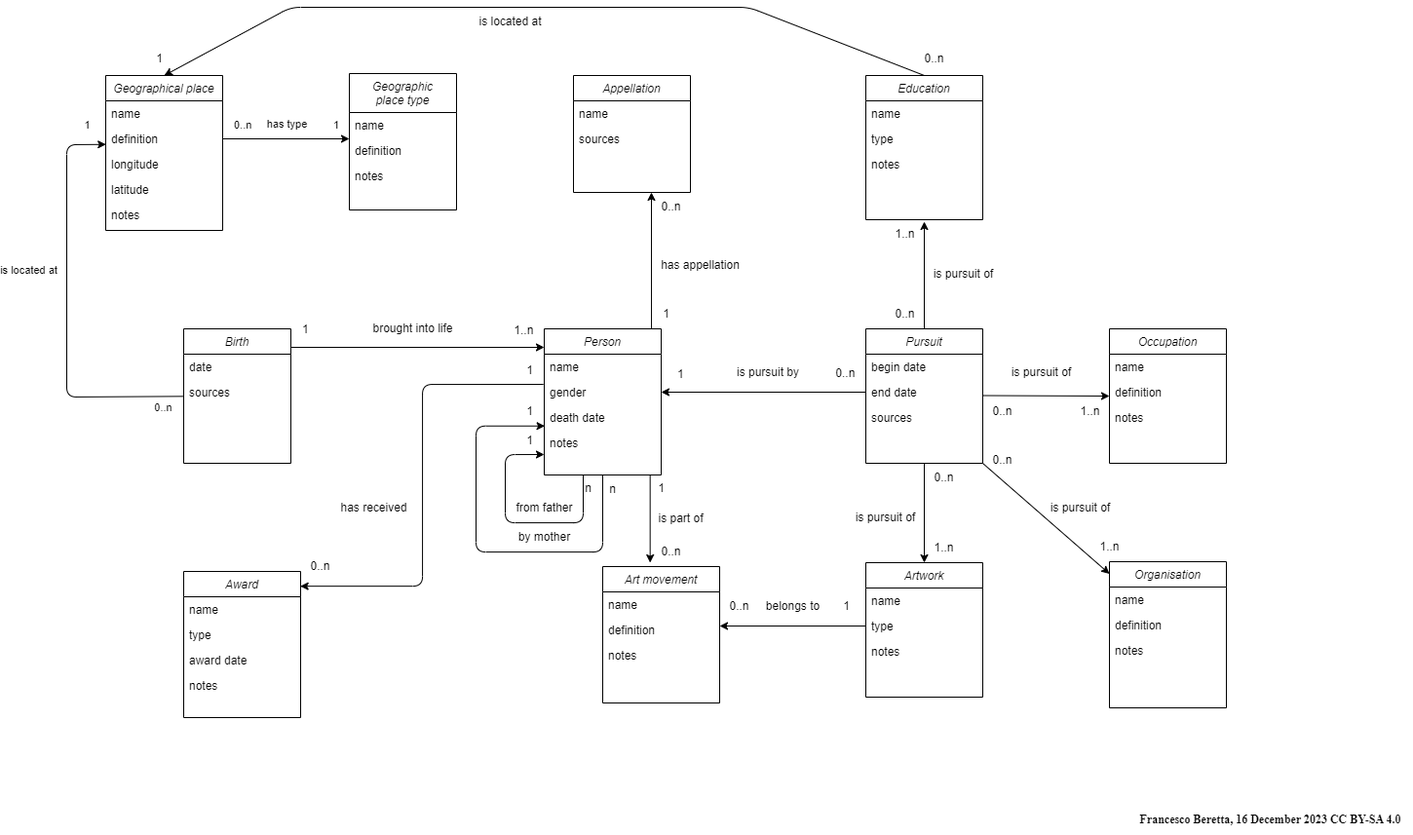
Above: MCD_to_database_example.png in lmaiahm/Sculpteurs- (draw.io), before the change. Source tidied: cells renumbered, new cells last; positions are measured from the earlier drawing's top-left corner, leaving out a move shared by most shapes.
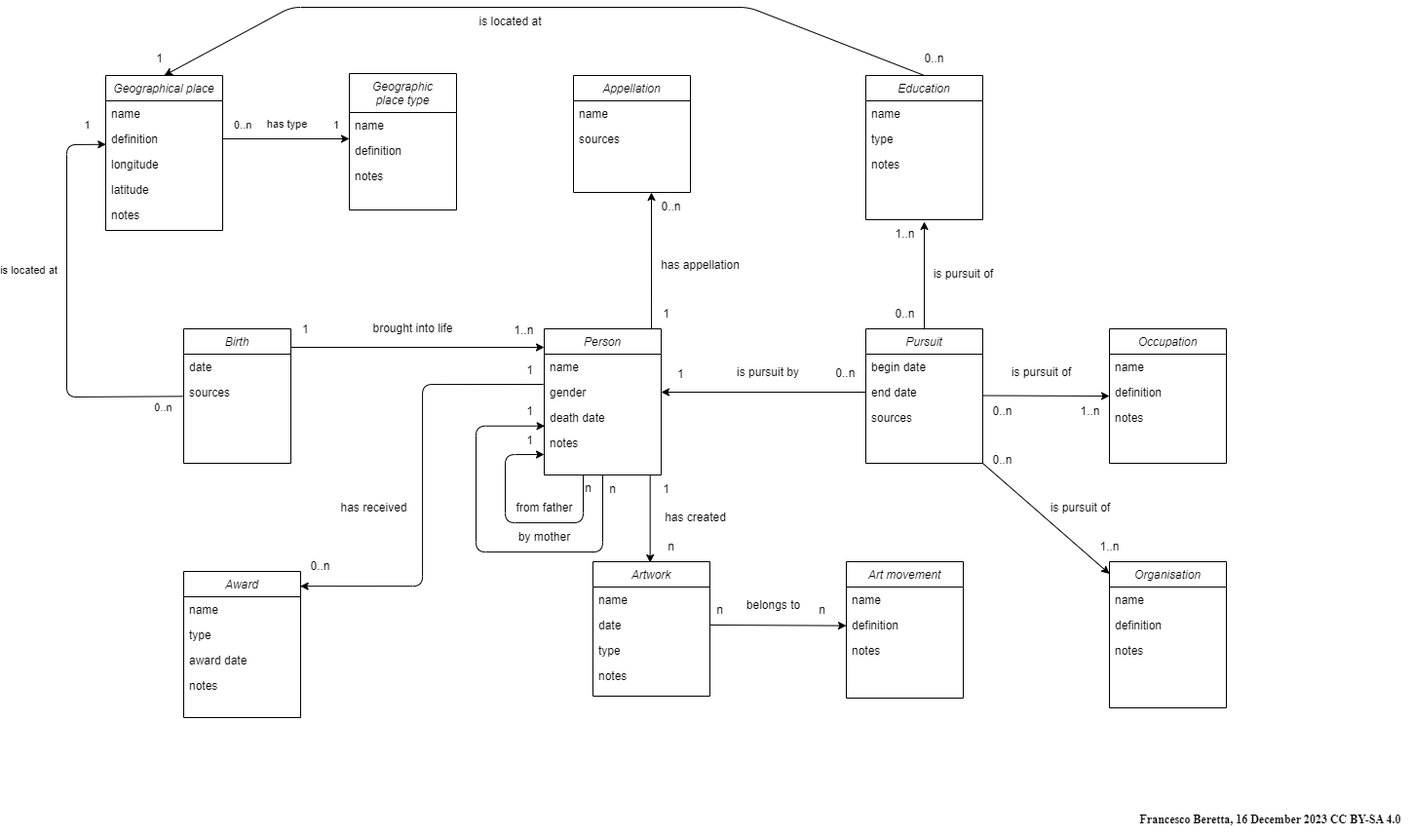
Later version of the same file.

Commit message:
Modèle conceptuel terminé

Diff of the diagram source:
```diff
@@ -175,9 +175,6 @@
         <mxPoint x="880" y="220" as="targetPoint" />
       </mxGeometry>
     </mxCell>
-    <mxCell id="41" style="edgeStyle=none;html=1;exitX=0.5;exitY=1;exitDx=0;exitDy=0;entryX=0.5;entryY=0;entryDx=0;entryDy=0;" parent="1" edge="1" source="43" target="66">
-      <mxGeometry relative="1" as="geometry" />
-    </mxCell>
     <mxCell id="42" style="edgeStyle=none;html=1;exitX=1;exitY=1;exitDx=0;exitDy=0;entryX=0;entryY=0.083;entryDx=0;entryDy=0;entryPerimeter=0;" parent="1" edge="1" source="43" target="97">
       <mxGeometry relative="1" as="geometry" />
     </mxCell>
@@ -265,24 +262,22 @@
       <mxGeometry relative="1" as="geometry" />
     </mxCell>
     <mxCell id="66" value="Artwork" style="swimlane;fontStyle=2;align=center;verticalAlign=top;horizontal=1;startSize=26;rounded=0;shadow=0;strokeWidth=1;" parent="1" vertex="1">
-      <mxGeometry x="820" y="570" width="120" height="138" as="geometry" />
+      <mxGeometry x="540" y="569" width="120" height="138" as="geometry" />
     </mxCell>
     <mxCell id="67" value="name" style="text;align=left;verticalAlign=top;spacingLeft=4;spacingRight=4;overflow=hidden;" parent="66" vertex="1">
       <mxGeometry y="26" width="120" height="26" as="geometry" />
     </mxCell>
-    <mxCell id="68" value="type" style="text;align=left;verticalAlign=top;spacingLeft=4;spacingRight=4;overflow=hidden;points=[[0,0.5],[1,0.5]];portConstraint=eastwest;rounded=0;shadow=0;html=0;" parent="66" vertex="1">
+    <mxCell id="68" value="date" style="text;align=left;verticalAlign=top;spacingLeft=4;spacingRight=4;overflow=hidden;points=[[0,0.5],[1,0.5]];portConstraint=eastwest;rounded=0;shadow=0;html=0;" parent="66" vertex="1">
       <mxGeometry y="52" width="120" height="26" as="geometry" />
     </mxCell>
-    <mxCell id="69" value="notes" style="text;align=left;verticalAlign=top;spacingLeft=4;spacingRight=4;overflow=hidden;rounded=0;shadow=0;html=0;" parent="66" vertex="1">
+    <mxCell id="69" value="type" style="text;align=left;verticalAlign=top;spacingLeft=4;spacingRight=4;overflow=hidden;rounded=0;shadow=0;html=0;" parent="66" vertex="1">
       <mxGeometry y="78" width="120" height="26" as="geometry" />
     </mxCell>
-    <mxCell id="70" style="edgeStyle=none;html=1;exitX=0;exitY=0.5;exitDx=0;exitDy=0;" parent="1" edge="1" source="68">
-      <mxGeometry relative="1" as="geometry">
-        <mxPoint x="670" y="635" as="targetPoint" />
-      </mxGeometry>
-    </mxCell>
+    <mxCell id="115" value="notes" style="text;align=left;verticalAlign=top;spacingLeft=4;spacingRight=4;overflow=hidden;" parent="66" vertex="1">
+      <mxGeometry y="104" width="120" height="26" as="geometry" />
+    </mxCell>
     <mxCell id="71" value="Art movement" style="swimlane;fontStyle=2;align=center;verticalAlign=top;horizontal=1;startSize=26;rounded=0;shadow=0;strokeWidth=1;" parent="1" vertex="1">
-      <mxGeometry x="550" y="574" width="120" height="140" as="geometry" />
+      <mxGeometry x="800" y="569" width="120" height="140" as="geometry" />
     </mxCell>
     <mxCell id="72" value="name" style="text;align=left;verticalAlign=top;spacingLeft=4;spacingRight=4;overflow=hidden;" parent="71" vertex="1">
       <mxGeometry y="26" width="120" height="26" as="geometry" />
@@ -314,36 +309,12 @@
     <mxCell id="81" value="0..n" style="text;html=1;align=center;verticalAlign=middle;strokeColor=none;fillColor=none;" parent="1" vertex="1">
       <mxGeometry x="840" y="300" width="40" height="30" as="geometry" />
     </mxCell>
-    <mxCell id="82" value="0..n" style="text;html=1;align=center;verticalAlign=middle;strokeColor=none;fillColor=none;" parent="1" vertex="1">
-      <mxGeometry x="880" y="468" width="40" height="30" as="geometry" />
-    </mxCell>
     <mxCell id="83" value="1..n" style="text;html=1;align=center;verticalAlign=middle;strokeColor=none;fillColor=none;" parent="1" vertex="1">
       <mxGeometry x="1030" y="400" width="40" height="30" as="geometry" />
     </mxCell>
-    <mxCell id="84" value="1..n" style="text;html=1;align=center;verticalAlign=middle;strokeColor=none;fillColor=none;" parent="1" vertex="1">
-      <mxGeometry x="880" y="540" width="40" height="30" as="geometry" />
-    </mxCell>
-    <mxCell id="85" value="1" style="text;html=1;align=center;verticalAlign=middle;strokeColor=none;fillColor=none;" parent="1" vertex="1">
-      <mxGeometry x="785" y="600" width="30" height="30" as="geometry" />
-    </mxCell>
-    <mxCell id="86" value="0..n" style="text;html=1;align=center;verticalAlign=middle;strokeColor=none;fillColor=none;" parent="1" vertex="1">
-      <mxGeometry x="600" y="544" width="40" height="30" as="geometry" />
-    </mxCell>
-    <mxCell id="87" value="1" style="text;html=1;align=center;verticalAlign=middle;strokeColor=none;fillColor=none;" parent="1" vertex="1">
-      <mxGeometry x="595" y="479" width="30" height="30" as="geometry" />
-    </mxCell>
-    <mxCell id="88" value="is part of" style="text;html=1;align=center;verticalAlign=middle;strokeColor=none;fillColor=none;" parent="1" vertex="1">
-      <mxGeometry x="595" y="510" width="70" height="30" as="geometry" />
-    </mxCell>
-    <mxCell id="89" value="belongs to" style="text;html=1;align=center;verticalAlign=middle;strokeColor=none;fillColor=none;" parent="1" vertex="1">
-      <mxGeometry x="705" y="600" width="80" height="30" as="geometry" />
-    </mxCell>
     <mxCell id="90" value="1..n" style="text;html=1;align=center;verticalAlign=middle;strokeColor=none;fillColor=none;" parent="1" vertex="1">
       <mxGeometry x="840" y="218" width="40" height="30" as="geometry" />
     </mxCell>
-    <mxCell id="91" value="is pursuit of" style="text;html=1;align=center;verticalAlign=middle;strokeColor=none;fillColor=none;" parent="1" vertex="1">
-      <mxGeometry x="800" y="509" width="80" height="30" as="geometry" />
-    </mxCell>
     <mxCell id="92" value="Award" style="swimlane;fontStyle=2;align=center;verticalAlign=top;horizontal=1;startSize=26;rounded=0;shadow=0;strokeWidth=1;" parent="1" vertex="1">
       <mxGeometry x="120" y="579" width="120" height="150" as="geometry" />
     </mxCell>
@@ -383,9 +354,6 @@
     <mxCell id="104" value="n" style="text;html=1;align=center;verticalAlign=middle;strokeColor=none;fillColor=none;" parent="1" vertex="1">
       <mxGeometry x="520" y="479" width="30" height="30" as="geometry" />
     </mxCell>
-    <mxCell id="105" value="0..n" style="text;html=1;align=center;verticalAlign=middle;strokeColor=none;fillColor=none;" parent="1" vertex="1">
-      <mxGeometry x="670" y="600" width="40" height="30" as="geometry" />
-    </mxCell>
     <mxCell id="106" value="from father" style="text;html=1;align=center;verticalAlign=middle;strokeColor=none;fillColor=none;" parent="1" vertex="1">
       <mxGeometry x="450" y="499" width="80" height="30" as="geometry" />
     </mxCell>
@@ -413,5 +381,28 @@
     <mxCell id="114" value="0..n" style="text;html=1;align=center;verticalAlign=middle;strokeColor=none;fillColor=none;" parent="1" vertex="1">
       <mxGeometry x="240" y="559" width="40" height="30" as="geometry" />
     </mxCell>
+    <mxCell id="116" value="has created" style="text;html=1;align=center;verticalAlign=middle;strokeColor=none;fillColor=none;" parent="1" vertex="1">
+      <mxGeometry x="600" y="509" width="90" height="30" as="geometry" />
+    </mxCell>
+    <mxCell id="117" value="1" style="text;html=1;align=center;verticalAlign=middle;strokeColor=none;fillColor=none;" parent="1" vertex="1">
+      <mxGeometry x="600" y="480" width="30" height="30" as="geometry" />
+    </mxCell>
+    <mxCell id="118" value="n" style="text;html=1;align=center;verticalAlign=middle;strokeColor=none;fillColor=none;" parent="1" vertex="1">
+      <mxGeometry x="605" y="539" width="30" height="30" as="geometry" />
+    </mxCell>
+    <mxCell id="119" style="edgeStyle=none;html=1;exitX=1;exitY=0.5;exitDx=0;exitDy=0;" parent="1" edge="1" source="68">
+      <mxGeometry relative="1" as="geometry">
+        <mxPoint x="800" y="634.7" as="targetPoint" />
+      </mxGeometry>
+    </mxCell>
+    <mxCell id="89" value="belongs to" style="text;html=1;align=center;verticalAlign=middle;strokeColor=none;fillColor=none;" parent="1" vertex="1">
+      <mxGeometry x="685" y="599" width="80" height="30" as="geometry" />
+    </mxCell>
+    <mxCell id="120" value="n" style="text;html=1;align=center;verticalAlign=middle;strokeColor=none;fillColor=none;" parent="1" vertex="1">
+      <mxGeometry x="655" y="604" width="30" height="30" as="geometry" />
+    </mxCell>
+    <mxCell id="121" value="n" style="text;html=1;align=center;verticalAlign=middle;strokeColor=none;fillColor=none;" parent="1" vertex="1">
+      <mxGeometry x="760" y="604" width="30" height="30" as="geometry" />
+    </mxCell>
   </root>
 </mxGraphModel>
```
